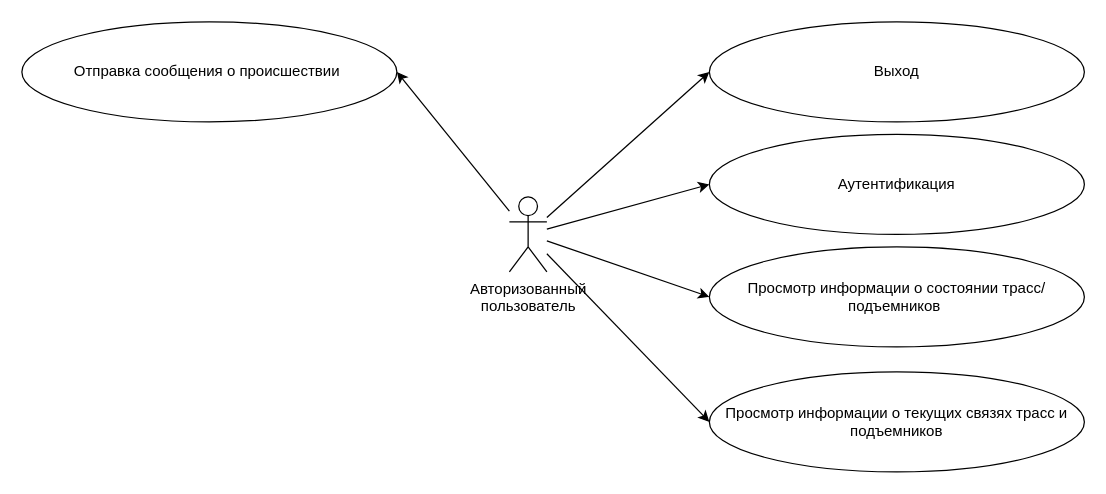
Before: page "authorized" (2 of 4) of docs/imgs/use_case/use-case.drawio in alena-zayts/BMSTU_6sem_software_design, a draw.io diagram. Source tidied: cells renumbered, new cells numbered last; positions are measured from the earlier drawing's top-left corner, leaving out a move shared by most shapes. Both pictures are drawn from the tidied source at 125%, with x=0, y=0 at pixel (21, 21).
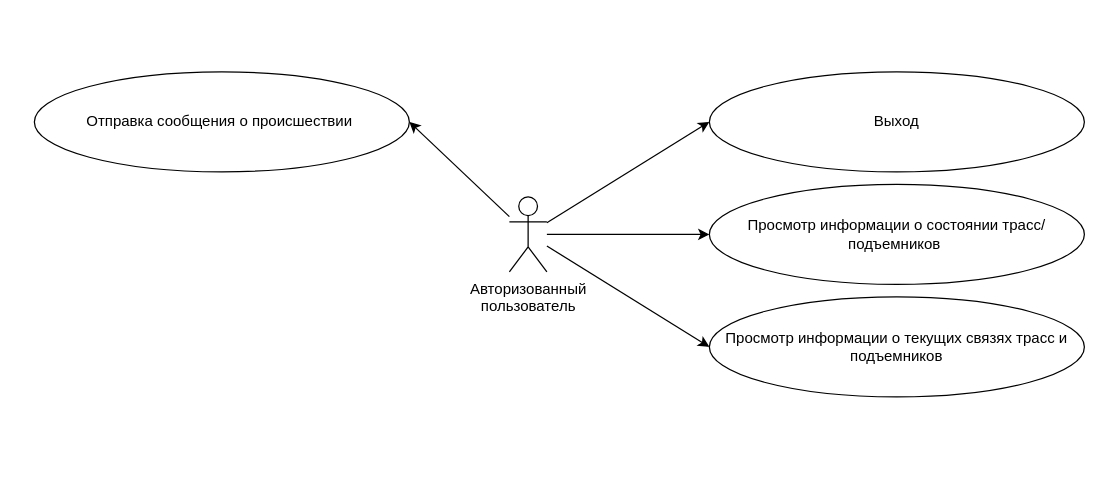
After the change.

What changed in the source:
```diff
@@
 <mxGraphModel>
   <root>
     <mxCell id="0" />
     <mxCell id="1" parent="0" />
     <mxCell id="2" style="rounded=0;jettySize=auto;html=1;entryX=0;entryY=0.5;entryDx=0;entryDy=0;" parent="1" edge="1" source="7" target="9">
       <mxGeometry relative="1" as="geometry" />
     </mxCell>
     <mxCell id="3" style="edgeStyle=none;rounded=0;jettySize=auto;html=1;entryX=1;entryY=0.5;entryDx=0;entryDy=0;" parent="1" edge="1" source="7" target="8">
       <mxGeometry relative="1" as="geometry" />
     </mxCell>
-    <mxCell id="4" style="edgeStyle=none;rounded=0;jettySize=auto;html=1;entryX=0;entryY=0.5;entryDx=0;entryDy=0;" parent="1" edge="1" source="7" target="10">
-      <mxGeometry relative="1" as="geometry" />
-    </mxCell>
     <mxCell id="5" style="edgeStyle=none;rounded=0;jettySize=auto;html=1;entryX=0;entryY=0.5;entryDx=0;entryDy=0;" parent="1" edge="1" source="7" target="11">
       <mxGeometry relative="1" as="geometry" />
     </mxCell>
     <mxCell id="6" style="edgeStyle=none;rounded=0;jettySize=auto;html=1;entryX=0;entryY=0.5;entryDx=0;entryDy=0;" parent="1" edge="1" source="7" target="12">
       <mxGeometry relative="1" as="geometry" />
     </mxCell>
     <mxCell id="7" value="Авторизованный &lt;br&gt;пользователь" style="shape=umlActor;verticalLabelPosition=bottom;verticalAlign=top;html=1;outlineConnect=0;" parent="1" vertex="1">
       <mxGeometry x="390" y="140" width="30" height="60" as="geometry" />
     </mxCell>
     <mxCell id="8" value="Отправка сообщения о происшествии&amp;nbsp;" style="ellipse;whiteSpace=wrap;html=1;" parent="1" vertex="1">
-      <mxGeometry width="300" height="80" as="geometry" />
+      <mxGeometry x="10" y="40" width="300" height="80" as="geometry" />
     </mxCell>
     <mxCell id="9" value="Выход" style="ellipse;whiteSpace=wrap;html=1;" parent="1" vertex="1">
-      <mxGeometry x="550" width="300" height="80" as="geometry" />
+      <mxGeometry x="550" y="40" width="300" height="80" as="geometry" />
     </mxCell>
-    <mxCell id="10" value="Аутентификация" style="ellipse;whiteSpace=wrap;html=1;" parent="1" vertex="1">
-      <mxGeometry x="550" y="90" width="300" height="80" as="geometry" />
-    </mxCell>
     <mxCell id="11" value="Просмотр информации о состоянии трасс/подъемников&amp;nbsp;" style="ellipse;whiteSpace=wrap;html=1;" parent="1" vertex="1">
-      <mxGeometry x="550" y="180" width="300" height="80" as="geometry" />
+      <mxGeometry x="550" y="130" width="300" height="80" as="geometry" />
     </mxCell>
     <mxCell id="12" value="Просмотр информации о текущих связях трасс и подъемников" style="ellipse;whiteSpace=wrap;html=1;" parent="1" vertex="1">
-      <mxGeometry x="550" y="280" width="300" height="80" as="geometry" />
+      <mxGeometry x="550" y="220" width="300" height="80" as="geometry" />
     </mxCell>
   </root>
 </mxGraphModel>
```
